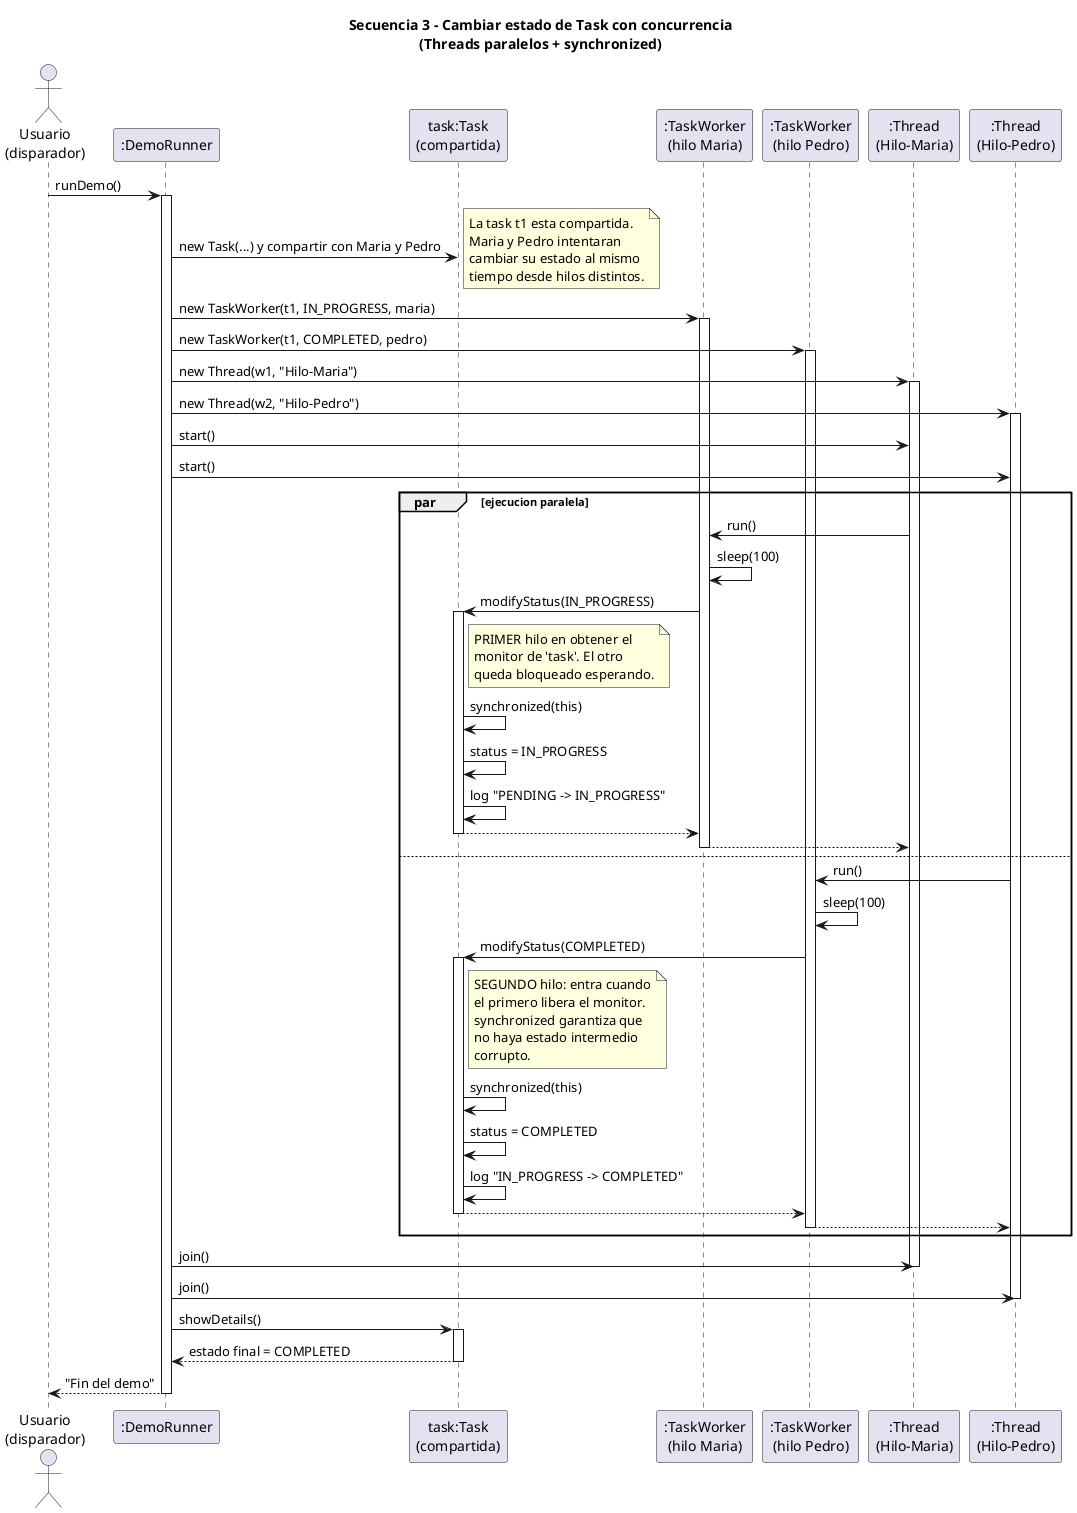
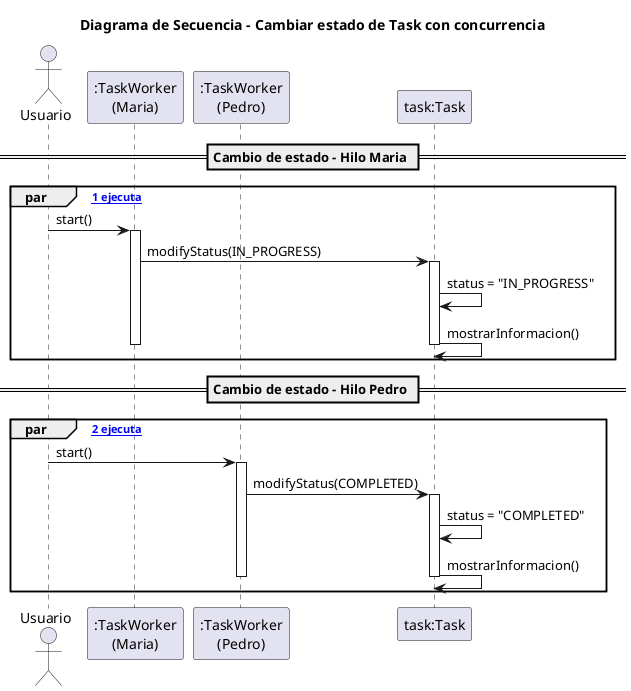
@startuml SecuenciaCambiarEstado
- title Secuencia 3 - Cambiar estado de Task con concurrencia\n(Threads paralelos + synchronized)
+ title Diagrama de Secuencia - Cambiar estado de Task con concurrencia

- actor "Usuario\n(disparador)" as U
- participant ":DemoRunner" as demo
- participant "task:Task\n(compartida)" as task
- participant ":TaskWorker\n(hilo Maria)" as w1
- participant ":TaskWorker\n(hilo Pedro)" as w2
- participant ":Thread\n(Hilo-Maria)" as t1
- participant ":Thread\n(Hilo-Pedro)" as t2
+ actor Usuario
+ participant ":TaskWorker\n(Maria)" as wMaria
+ participant ":TaskWorker\n(Pedro)" as wPedro
+ participant "task:Task" as task

- U -> demo : runDemo()
- activate demo
+ == Cambio de estado - Hilo Maria ==

- demo -> task : new Task(...) y compartir con Maria y Pedro
- note right
-   La task t1 esta compartida.
-   Maria y Pedro intentaran
-   cambiar su estado al mismo
-   tiempo desde hilos distintos.
- end note
- 
- demo -> w1 : new TaskWorker(t1, IN_PROGRESS, maria)
- activate w1
- demo -> w2 : new TaskWorker(t1, COMPLETED, pedro)
- activate w2
- 
- demo -> t1 : new Thread(w1, "Hilo-Maria")
- activate t1
- demo -> t2 : new Thread(w2, "Hilo-Pedro")
- activate t2
- 
- ' === ARRANQUE DE LOS HILOS ===
- demo -> t1 : start()
- demo -> t2 : start()
- 
- ' === EJECUCION CONCURRENTE ===
- par ejecucion paralela
-   t1 -> w1 : run()
-   w1 -> w1 : sleep(100)
-   w1 -> task : modifyStatus(IN_PROGRESS)
+ par [Hilo 1 ejecuta]
+   Usuario -> wMaria : start()
+   activate wMaria
+   wMaria -> task : modifyStatus(IN_PROGRESS)
  activate task
-   note right of task
-     PRIMER hilo en obtener el
-     monitor de 'task'. El otro
-     queda bloqueado esperando.
-   end note
-   task -> task : synchronized(this)
-   task -> task : status = IN_PROGRESS
-   task -> task : log "PENDING -> IN_PROGRESS"
-   task --> w1
+   task -> task : status = "IN_PROGRESS"
+   task -> task : mostrarInformacion()
  deactivate task
-   w1 --> t1
-   deactivate w1
- else
-   t2 -> w2 : run()
-   w2 -> w2 : sleep(100)
-   w2 -> task : modifyStatus(COMPLETED)
-   activate task
-   note right of task
-     SEGUNDO hilo: entra cuando
-     el primero libera el monitor.
-     synchronized garantiza que
-     no haya estado intermedio
-     corrupto.
-   end note
-   task -> task : synchronized(this)
-   task -> task : status = COMPLETED
-   task -> task : log "IN_PROGRESS -> COMPLETED"
-   task --> w2
-   deactivate task
-   w2 --> t2
-   deactivate w2
+   deactivate wMaria
end

- demo -> t1 : join()
- deactivate t1
- demo -> t2 : join()
- deactivate t2
+ == Cambio de estado - Hilo Pedro ==

- demo -> task : showDetails()
- activate task
- task --> demo : estado final = COMPLETED
- deactivate task
- 
- demo --> U : "Fin del demo"
- deactivate demo
+ par [Hilo 2 ejecuta]
+   Usuario -> wPedro : start()
+   activate wPedro
+   wPedro -> task : modifyStatus(COMPLETED)
+   activate task
+   task -> task : status = "COMPLETED"
+   task -> task : mostrarInformacion()
+   deactivate task
+   deactivate wPedro
+ end

@enduml
